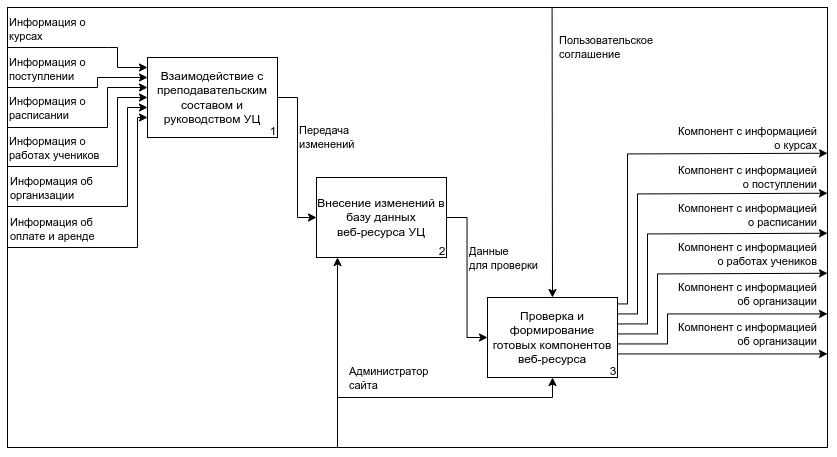
This is images/idef0-decompose-1.drawio.png from gitoqe/diploma, a draw.io export, as it was before one commit. Source tidied: cells renumbered, new cells last; positions are measured from the earlier drawing's top-left corner, leaving out a move shared by most shapes.
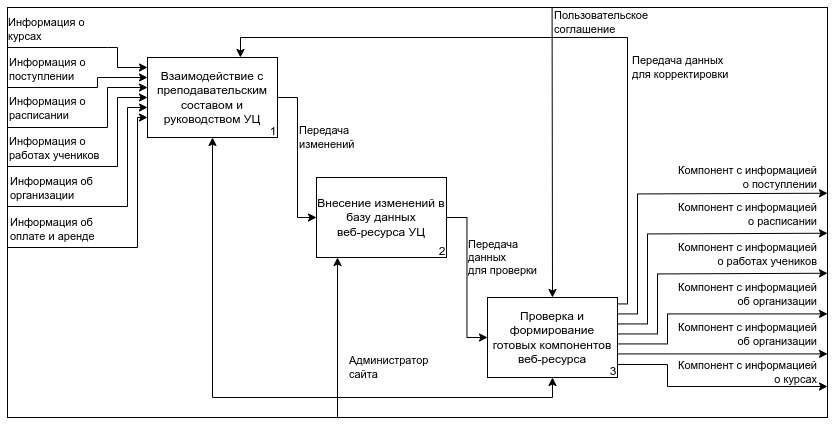
After the commit.

Commit message:
feat(chapter-3): IDEF0 + decompose-1-2

The edit, as a diff of the source:
```diff
@@ -5,12 +5,11 @@
     <mxCell id="2" style="rounded=0;whiteSpace=wrap;html=1;" parent="1" vertex="1">
-      <mxGeometry width="820" height="440" as="geometry" />
+      <mxGeometry width="820" height="410" as="geometry" />
     </mxCell>
-    <mxCell id="3" style="endArrow=classic;html=1;rounded=0;" parent="1" edge="1">
+    <mxCell id="3" style="endArrow=classic;html=1;rounded=0;align=right;" parent="1" edge="1">
       <mxGeometry relative="1" as="geometry">
-        <mxPoint y="40" as="sourcePoint" />
-        <mxPoint x="140" y="60" as="targetPoint" />
+        <mxPoint x="597" y="357" as="sourcePoint" />
+        <mxPoint x="820" y="379" as="targetPoint" />
         <Array as="points">
-          <mxPoint x="100" y="40" />
-          <mxPoint x="110" y="40" />
-          <mxPoint x="110" y="60" />
+          <mxPoint x="660" y="357" />
+          <mxPoint x="660" y="379" />
         </Array>
@@ -18,5 +17,5 @@
     </mxCell>
-    <mxCell id="4" value="Информация&amp;nbsp;о&lt;br&gt;курсах" style="edgeLabel;html=1;align=left;verticalAlign=middle;" parent="3" vertex="1">
+    <mxCell id="4" value="Компонент с информацией&lt;br&gt;о курсах" style="edgeLabel;html=1;align=right;verticalAlign=middle;" parent="3" vertex="1">
       <mxGeometry x="-0.4" y="-1" relative="1" as="geometry">
-        <mxPoint x="-48" y="-20" as="offset" />
+        <mxPoint x="151" y="-3" as="offset" />
       </mxGeometry>
@@ -25,7 +24,8 @@
       <mxGeometry relative="1" as="geometry">
-        <mxPoint y="80" as="sourcePoint" />
-        <mxPoint x="140" y="70" as="targetPoint" />
+        <mxPoint y="40" as="sourcePoint" />
+        <mxPoint x="140" y="60" as="targetPoint" />
         <Array as="points">
-          <mxPoint x="90" y="80" />
-          <mxPoint x="90" y="70" />
+          <mxPoint x="100" y="40" />
+          <mxPoint x="110" y="40" />
+          <mxPoint x="110" y="60" />
         </Array>
@@ -33,5 +33,5 @@
     </mxCell>
-    <mxCell id="6" value="Информация о&lt;br&gt;поступлении" style="edgeLabel;html=1;align=left;verticalAlign=middle;" parent="5" vertex="1">
+    <mxCell id="6" value="Информация&amp;nbsp;о&lt;br&gt;курсах" style="edgeLabel;html=1;align=left;verticalAlign=middle;" parent="5" vertex="1">
       <mxGeometry x="-0.4" y="-1" relative="1" as="geometry">
-        <mxPoint x="-45" y="-20" as="offset" />
+        <mxPoint x="-48" y="-20" as="offset" />
       </mxGeometry>
@@ -40,7 +40,7 @@
       <mxGeometry relative="1" as="geometry">
-        <mxPoint y="159" as="sourcePoint" />
-        <mxPoint x="140" y="90" as="targetPoint" />
+        <mxPoint y="80" as="sourcePoint" />
+        <mxPoint x="140" y="70" as="targetPoint" />
         <Array as="points">
-          <mxPoint x="110" y="159" />
-          <mxPoint x="110" y="90" />
+          <mxPoint x="90" y="80" />
+          <mxPoint x="90" y="70" />
         </Array>
@@ -48,5 +48,5 @@
     </mxCell>
-    <mxCell id="8" value="Информация о&lt;br&gt;работах учеников" style="edgeLabel;html=1;align=left;verticalAlign=middle;" parent="7" vertex="1">
+    <mxCell id="8" value="Информация о&lt;br&gt;поступлении" style="edgeLabel;html=1;align=left;verticalAlign=middle;" parent="7" vertex="1">
       <mxGeometry x="-0.4" y="-1" relative="1" as="geometry">
-        <mxPoint x="-62" y="-20" as="offset" />
+        <mxPoint x="-45" y="-20" as="offset" />
       </mxGeometry>
@@ -55,7 +55,7 @@
       <mxGeometry relative="1" as="geometry">
-        <mxPoint y="199" as="sourcePoint" />
-        <mxPoint x="140" y="100" as="targetPoint" />
+        <mxPoint y="159" as="sourcePoint" />
+        <mxPoint x="140" y="90" as="targetPoint" />
         <Array as="points">
-          <mxPoint x="120" y="199" />
-          <mxPoint x="120" y="100" />
+          <mxPoint x="110" y="159" />
+          <mxPoint x="110" y="90" />
         </Array>
@@ -63,5 +63,5 @@
     </mxCell>
-    <mxCell id="10" value="Информация об&lt;br&gt;организации" style="edgeLabel;html=1;align=left;verticalAlign=middle;" parent="9" vertex="1">
+    <mxCell id="10" value="Информация о&lt;br&gt;работах учеников" style="edgeLabel;html=1;align=left;verticalAlign=middle;" parent="9" vertex="1">
       <mxGeometry x="-0.4" y="-1" relative="1" as="geometry">
-        <mxPoint x="-71" y="-20" as="offset" />
+        <mxPoint x="-62" y="-20" as="offset" />
       </mxGeometry>
@@ -70,7 +70,7 @@
       <mxGeometry relative="1" as="geometry">
-        <mxPoint y="240" as="sourcePoint" />
-        <mxPoint x="140" y="110" as="targetPoint" />
+        <mxPoint y="199" as="sourcePoint" />
+        <mxPoint x="140" y="100" as="targetPoint" />
         <Array as="points">
-          <mxPoint x="130" y="240" />
-          <mxPoint x="130" y="110" />
+          <mxPoint x="120" y="199" />
+          <mxPoint x="120" y="100" />
         </Array>
@@ -78,57 +78,59 @@
     </mxCell>
-    <mxCell id="12" value="Информация об&lt;br&gt;оплате и аренде" style="edgeLabel;html=1;align=left;verticalAlign=middle;" parent="11" vertex="1">
+    <mxCell id="12" value="Информация об&lt;br&gt;организации" style="edgeLabel;html=1;align=left;verticalAlign=middle;" parent="11" vertex="1">
       <mxGeometry x="-0.4" y="-1" relative="1" as="geometry">
-        <mxPoint x="-80" y="-20" as="offset" />
+        <mxPoint x="-71" y="-20" as="offset" />
       </mxGeometry>
     </mxCell>
-    <mxCell id="13" style="group;fontStyle=4;" parent="1" vertex="1">
-      <mxGeometry x="140" y="50" width="130" height="80" as="geometry" />
+    <mxCell id="13" style="endArrow=classic;html=1;rounded=0;" parent="1" edge="1">
+      <mxGeometry relative="1" as="geometry">
+        <mxPoint y="240" as="sourcePoint" />
+        <mxPoint x="140" y="110" as="targetPoint" />
+        <Array as="points">
+          <mxPoint x="130" y="240" />
+          <mxPoint x="130" y="110" />
+        </Array>
+      </mxGeometry>
     </mxCell>
-    <mxCell id="14" style="group;" parent="13" vertex="1">
-      <mxGeometry width="130" height="80" as="geometry" />
+    <mxCell id="14" value="Информация об&lt;br&gt;оплате и аренде" style="edgeLabel;html=1;align=left;verticalAlign=middle;" parent="13" vertex="1">
+      <mxGeometry x="-0.4" y="-1" relative="1" as="geometry">
+        <mxPoint x="-80" y="-20" as="offset" />
+      </mxGeometry>
     </mxCell>
-    <mxCell id="15" value="Взаимодействие с преподавательским составом и руководством УЦ" style="rounded=0;whiteSpace=wrap;html=1;" parent="14" vertex="1">
-      <mxGeometry width="130" height="80" as="geometry" />
+    <mxCell id="15" style="group;fontStyle=4;" parent="1" vertex="1">
+      <mxGeometry x="140" y="50" width="130" height="80" as="geometry" />
     </mxCell>
-    <mxCell id="16" value="1" style="text;html=1;strokeColor=none;fillColor=none;align=center;verticalAlign=middle;whiteSpace=wrap;rounded=0;" parent="14" vertex="1">
-      <mxGeometry x="121.9" y="68.9" width="8.1" height="10" as="geometry" />
+    <mxCell id="16" style="group;" parent="15" vertex="1">
+      <mxGeometry width="130" height="80" as="geometry" />
     </mxCell>
-    <mxCell id="17" style="group;" parent="1" vertex="1">
-      <mxGeometry x="309" y="170" width="130" height="80" as="geometry" />
+    <mxCell id="17" value="Взаимодействие с преподавательским составом и руководством УЦ" style="rounded=0;whiteSpace=wrap;html=1;" parent="16" vertex="1">
+      <mxGeometry width="130" height="80" as="geometry" />
     </mxCell>
-    <mxCell id="18" value="Внесение изменений в базу данных&lt;br&gt;веб-ресурса УЦ" style="rounded=0;whiteSpace=wrap;html=1;" parent="17" vertex="1">
-      <mxGeometry width="130" height="80" as="geometry" />
+    <mxCell id="18" value="1" style="text;html=1;strokeColor=none;fillColor=none;align=center;verticalAlign=middle;whiteSpace=wrap;rounded=0;" parent="16" vertex="1">
+      <mxGeometry x="121.9" y="68.9" width="8.1" height="10" as="geometry" />
     </mxCell>
-    <mxCell id="19" value="2" style="text;html=1;strokeColor=none;fillColor=none;align=center;verticalAlign=middle;whiteSpace=wrap;rounded=0;" parent="17" vertex="1">
-      <mxGeometry x="121.9" y="68.9" width="8.1" height="10" as="geometry" />
+    <mxCell id="19" style="group;" parent="1" vertex="1">
+      <mxGeometry x="309" y="170" width="130" height="80" as="geometry" />
     </mxCell>
-    <mxCell id="20" style="group;" parent="1" vertex="1">
-      <mxGeometry x="480" y="290" width="130" height="80" as="geometry" />
+    <mxCell id="20" value="Внесение изменений в базу данных&lt;br&gt;веб-ресурса УЦ" style="rounded=0;whiteSpace=wrap;html=1;" parent="19" vertex="1">
+      <mxGeometry width="130" height="80" as="geometry" />
     </mxCell>
-    <mxCell id="21" value="Проверка и формирование готовых компонентов веб-ресурса" style="rounded=0;whiteSpace=wrap;html=1;" parent="20" vertex="1">
-      <mxGeometry width="130" height="80" as="geometry" />
+    <mxCell id="21" value="2" style="text;html=1;strokeColor=none;fillColor=none;align=center;verticalAlign=middle;whiteSpace=wrap;rounded=0;" parent="19" vertex="1">
+      <mxGeometry x="121.9" y="68.9" width="8.1" height="10" as="geometry" />
     </mxCell>
-    <mxCell id="22" value="3" style="text;html=1;strokeColor=none;fillColor=none;align=center;verticalAlign=middle;whiteSpace=wrap;rounded=0;" parent="20" vertex="1">
-      <mxGeometry x="121.9" y="68.9" width="8.1" height="10" as="geometry" />
+    <mxCell id="22" style="group;" parent="1" vertex="1">
+      <mxGeometry x="480" y="290" width="130" height="80" as="geometry" />
     </mxCell>
-    <mxCell id="23" style="endArrow=classic;html=1;rounded=0;" parent="1" edge="1">
-      <mxGeometry relative="1" as="geometry">
-        <mxPoint y="120" as="sourcePoint" />
-        <mxPoint x="140" y="80" as="targetPoint" />
-        <Array as="points">
-          <mxPoint x="100" y="120" />
-          <mxPoint x="100" y="80" />
-        </Array>
-      </mxGeometry>
+    <mxCell id="23" value="Проверка и формирование готовых компонентов веб-ресурса" style="rounded=0;whiteSpace=wrap;html=1;" parent="22" vertex="1">
+      <mxGeometry width="130" height="80" as="geometry" />
     </mxCell>
-    <mxCell id="24" value="Информация о&lt;br&gt;расписании" style="edgeLabel;html=1;align=left;verticalAlign=middle;" parent="23" vertex="1">
-      <mxGeometry x="-0.4" y="-1" relative="1" as="geometry">
-        <mxPoint x="-54" y="-21" as="offset" />
-      </mxGeometry>
+    <mxCell id="24" value="3" style="text;html=1;strokeColor=none;fillColor=none;align=center;verticalAlign=middle;whiteSpace=wrap;rounded=0;" parent="22" vertex="1">
+      <mxGeometry x="121.9" y="68.9" width="8.1" height="10" as="geometry" />
     </mxCell>
-    <mxCell id="25" style="edgeStyle=orthogonalEdgeStyle;rounded=0;jettySize=auto;html=1;entryX=0;entryY=0.5;entryDx=0;entryDy=0;" parent="1" edge="1" source="15" target="18">
+    <mxCell id="25" style="endArrow=classic;html=1;rounded=0;" parent="1" edge="1">
       <mxGeometry relative="1" as="geometry">
+        <mxPoint y="120" as="sourcePoint" />
+        <mxPoint x="140" y="80" as="targetPoint" />
         <Array as="points">
-          <mxPoint x="290" y="90" />
-          <mxPoint x="290" y="210" />
+          <mxPoint x="100" y="120" />
+          <mxPoint x="100" y="80" />
         </Array>
@@ -136,37 +138,35 @@
     </mxCell>
-    <mxCell id="26" value="Передача&lt;br&gt;изменений" style="edgeLabel;html=1;align=left;verticalAlign=middle;" parent="25" vertex="1">
-      <mxGeometry x="-0.35" y="3" relative="1" as="geometry">
-        <mxPoint x="-3" y="8" as="offset" />
+    <mxCell id="26" value="Информация о&lt;br&gt;расписании" style="edgeLabel;html=1;align=left;verticalAlign=middle;" parent="25" vertex="1">
+      <mxGeometry x="-0.4" y="-1" relative="1" as="geometry">
+        <mxPoint x="-54" y="-21" as="offset" />
       </mxGeometry>
     </mxCell>
-    <mxCell id="27" style="edgeStyle=orthogonalEdgeStyle;rounded=0;jettySize=auto;html=1;entryX=0;entryY=0.5;entryDx=0;entryDy=0;" parent="1" edge="1" source="18" target="21">
-      <mxGeometry relative="1" as="geometry" />
+    <mxCell id="27" style="edgeStyle=orthogonalEdgeStyle;rounded=0;jettySize=auto;html=1;entryX=0;entryY=0.5;entryDx=0;entryDy=0;" parent="1" edge="1" source="17" target="20">
+      <mxGeometry relative="1" as="geometry">
+        <Array as="points">
+          <mxPoint x="290" y="90" />
+          <mxPoint x="290" y="210" />
+        </Array>
+      </mxGeometry>
     </mxCell>
-    <mxCell id="28" value="Данные&lt;br&gt;для проверки" style="edgeLabel;html=1;align=left;verticalAlign=middle;" parent="27" vertex="1">
-      <mxGeometry x="-0.45" y="2" relative="1" as="geometry">
-        <mxPoint x="-2" y="16" as="offset" />
+    <mxCell id="28" value="Передача&lt;br&gt;изменений" style="edgeLabel;html=1;align=left;verticalAlign=middle;" parent="27" vertex="1">
+      <mxGeometry x="-0.35" y="3" relative="1" as="geometry">
+        <mxPoint x="-3" y="8" as="offset" />
       </mxGeometry>
     </mxCell>
-    <mxCell id="29" style="endArrow=classic;html=1;rounded=0;align=right;" parent="1" edge="1">
-      <mxGeometry relative="1" as="geometry">
-        <mxPoint x="610" y="296.4" as="sourcePoint" />
-        <mxPoint x="820" y="145.7" as="targetPoint" />
-        <Array as="points">
-          <mxPoint x="620" y="296.4" />
-          <mxPoint x="620" y="146.4" />
-        </Array>
-      </mxGeometry>
+    <mxCell id="29" style="edgeStyle=orthogonalEdgeStyle;rounded=0;jettySize=auto;html=1;entryX=0;entryY=0.5;entryDx=0;entryDy=0;" parent="1" edge="1" source="20" target="23">
+      <mxGeometry relative="1" as="geometry" />
     </mxCell>
-    <mxCell id="30" value="Компонент с информацией&lt;br&gt;о курсах" style="edgeLabel;html=1;align=right;verticalAlign=middle;" parent="29" vertex="1">
-      <mxGeometry x="-0.4" y="-1" relative="1" as="geometry">
-        <mxPoint x="189" y="-69" as="offset" />
+    <mxCell id="30" value="Передача&lt;br&gt;данных&lt;br&gt;для проверки" style="edgeLabel;html=1;align=left;verticalAlign=middle;" parent="29" vertex="1">
+      <mxGeometry x="-0.45" y="2" relative="1" as="geometry">
+        <mxPoint x="-2" y="16" as="offset" />
       </mxGeometry>
     </mxCell>
-    <mxCell id="31" style="endArrow=classic;html=1;rounded=0;align=right;" parent="1" edge="1">
+    <mxCell id="31" style="endArrow=classic;html=1;rounded=0;align=right;entryX=0.715;entryY=0;entryDx=0;entryDy=0;entryPerimeter=0;" parent="1" edge="1" target="17">
       <mxGeometry relative="1" as="geometry">
-        <mxPoint x="610" y="306.4" as="sourcePoint" />
-        <mxPoint x="820" y="185.7" as="targetPoint" />
+        <mxPoint x="610" y="296.4" as="sourcePoint" />
         <Array as="points">
-          <mxPoint x="630" y="306.4" />
-          <mxPoint x="630" y="186.4" />
+          <mxPoint x="620" y="296.4" />
+          <mxPoint x="620" y="30" />
+          <mxPoint x="233" y="30" />
         </Array>
@@ -174,5 +174,5 @@
     </mxCell>
-    <mxCell id="32" value="Компонент с информацией&lt;br&gt;о поступлении" style="edgeLabel;html=1;align=right;verticalAlign=middle;" parent="31" vertex="1">
+    <mxCell id="32" value="Передача данных&lt;br&gt;для корректировки" style="edgeLabel;html=1;align=left;verticalAlign=middle;" parent="31" vertex="1">
       <mxGeometry x="-0.4" y="-1" relative="1" as="geometry">
-        <mxPoint x="179" y="-58" as="offset" />
+        <mxPoint x="2" y="-43" as="offset" />
       </mxGeometry>
@@ -181,7 +181,7 @@
       <mxGeometry relative="1" as="geometry">
-        <mxPoint x="610" y="316.4" as="sourcePoint" />
-        <mxPoint x="820" y="225.7" as="targetPoint" />
+        <mxPoint x="610" y="306.4" as="sourcePoint" />
+        <mxPoint x="820" y="185.7" as="targetPoint" />
         <Array as="points">
-          <mxPoint x="640" y="316.4" />
-          <mxPoint x="640" y="226.4" />
+          <mxPoint x="630" y="306.4" />
+          <mxPoint x="630" y="186.4" />
         </Array>
@@ -189,5 +189,5 @@
     </mxCell>
-    <mxCell id="34" value="Компонент с информацией&lt;br&gt;о расписании" style="edgeLabel;html=1;align=right;verticalAlign=middle;" parent="33" vertex="1">
+    <mxCell id="34" value="Компонент с информацией&lt;br&gt;о поступлении" style="edgeLabel;html=1;align=right;verticalAlign=middle;" parent="33" vertex="1">
       <mxGeometry x="-0.4" y="-1" relative="1" as="geometry">
-        <mxPoint x="169" y="-50" as="offset" />
+        <mxPoint x="179" y="-58" as="offset" />
       </mxGeometry>
@@ -196,7 +196,7 @@
       <mxGeometry relative="1" as="geometry">
-        <mxPoint x="610" y="326.4" as="sourcePoint" />
-        <mxPoint x="820" y="265.7" as="targetPoint" />
+        <mxPoint x="610" y="316.4" as="sourcePoint" />
+        <mxPoint x="820" y="225.7" as="targetPoint" />
         <Array as="points">
-          <mxPoint x="650" y="326.4" />
-          <mxPoint x="650" y="266.4" />
+          <mxPoint x="640" y="316.4" />
+          <mxPoint x="640" y="226.4" />
         </Array>
@@ -204,5 +204,5 @@
     </mxCell>
-    <mxCell id="36" value="Компонент с информацией&lt;br&gt;о работах учеников" style="edgeLabel;html=1;align=right;verticalAlign=middle;" parent="35" vertex="1">
+    <mxCell id="36" value="Компонент с информацией&lt;br&gt;о расписании" style="edgeLabel;html=1;align=right;verticalAlign=middle;" parent="35" vertex="1">
       <mxGeometry x="-0.4" y="-1" relative="1" as="geometry">
-        <mxPoint x="159" y="-39" as="offset" />
+        <mxPoint x="169" y="-50" as="offset" />
       </mxGeometry>
@@ -211,7 +211,7 @@
       <mxGeometry relative="1" as="geometry">
-        <mxPoint x="610" y="336.4" as="sourcePoint" />
-        <mxPoint x="820" y="306.4" as="targetPoint" />
+        <mxPoint x="610" y="326.4" as="sourcePoint" />
+        <mxPoint x="820" y="265.7" as="targetPoint" />
         <Array as="points">
-          <mxPoint x="660" y="336.4" />
-          <mxPoint x="660" y="306.4" />
+          <mxPoint x="650" y="326.4" />
+          <mxPoint x="650" y="266.4" />
         </Array>
@@ -219,5 +219,5 @@
     </mxCell>
-    <mxCell id="38" value="Компонент с информацией&lt;br&gt;об организации" style="edgeLabel;html=1;align=right;verticalAlign=middle;" parent="37" vertex="1">
+    <mxCell id="38" value="Компонент с информацией&lt;br&gt;о работах учеников" style="edgeLabel;html=1;align=right;verticalAlign=middle;" parent="37" vertex="1">
       <mxGeometry x="-0.4" y="-1" relative="1" as="geometry">
-        <mxPoint x="149" y="-28" as="offset" />
+        <mxPoint x="159" y="-39" as="offset" />
       </mxGeometry>
@@ -226,4 +226,8 @@
       <mxGeometry relative="1" as="geometry">
-        <mxPoint x="610" y="346.4" as="sourcePoint" />
-        <mxPoint x="820" y="346.4" as="targetPoint" />
+        <mxPoint x="610" y="336.4" as="sourcePoint" />
+        <mxPoint x="820" y="306.4" as="targetPoint" />
+        <Array as="points">
+          <mxPoint x="660" y="336.4" />
+          <mxPoint x="660" y="306.4" />
+        </Array>
       </mxGeometry>
@@ -232,34 +236,53 @@
       <mxGeometry x="-0.4" y="-1" relative="1" as="geometry">
-        <mxPoint x="137" y="-21" as="offset" />
+        <mxPoint x="149" y="-28" as="offset" />
       </mxGeometry>
     </mxCell>
-    <mxCell id="41" style="endArrow=classic;html=1;rounded=0;entryX=0.5;entryY=0;entryDx=0;entryDy=0;" parent="1" edge="1" target="21">
+    <mxCell id="41" style="endArrow=classic;html=1;rounded=0;align=right;" parent="1" edge="1">
       <mxGeometry relative="1" as="geometry">
-        <mxPoint x="544.6" as="sourcePoint" />
+        <mxPoint x="610" y="346.4" as="sourcePoint" />
+        <mxPoint x="820" y="346.4" as="targetPoint" />
       </mxGeometry>
     </mxCell>
-    <mxCell id="42" value="Пользовательское&lt;br&gt;соглашение" style="edgeLabel;html=1;align=left;verticalAlign=middle;" parent="41" vertex="1">
-      <mxGeometry x="0.32" y="1" relative="1" as="geometry">
-        <mxPoint x="4" y="-152" as="offset" />
+    <mxCell id="42" value="Компонент с информацией&lt;br&gt;об организации" style="edgeLabel;html=1;align=right;verticalAlign=middle;" parent="41" vertex="1">
+      <mxGeometry x="-0.4" y="-1" relative="1" as="geometry">
+        <mxPoint x="137" y="-21" as="offset" />
       </mxGeometry>
     </mxCell>
-    <mxCell id="43" style="endArrow=classic;html=1;rounded=0;" parent="1" edge="1">
+    <mxCell id="43" style="endArrow=classic;html=1;rounded=0;entryX=0.5;entryY=0;entryDx=0;entryDy=0;" parent="1" edge="1" target="23">
       <mxGeometry relative="1" as="geometry">
-        <mxPoint x="330" y="440" as="sourcePoint" />
-        <mxPoint x="330" y="250" as="targetPoint" />
+        <mxPoint x="544.6" as="sourcePoint" />
       </mxGeometry>
     </mxCell>
-    <mxCell id="44" value="Администратор&lt;br&gt;сайта" style="edgeLabel;html=1;align=left;verticalAlign=middle;" parent="43" vertex="1">
+    <mxCell id="44" value="Пользовательское&lt;br&gt;соглашение" style="edgeLabel;html=1;align=left;verticalAlign=middle;" parent="43" vertex="1">
       <mxGeometry x="0.32" y="1" relative="1" as="geometry">
-        <mxPoint x="11" y="56" as="offset" />
+        <mxPoint x="-1" y="-178" as="offset" />
       </mxGeometry>
     </mxCell>
-    <mxCell id="45" style="endArrow=classic;html=1;rounded=0;entryX=0.5;entryY=1;entryDx=0;entryDy=0;" parent="1" edge="1" target="21">
+    <mxCell id="45" style="endArrow=classic;html=1;rounded=0;" parent="1" edge="1">
       <mxGeometry relative="1" as="geometry">
-        <mxPoint x="330" y="390" as="sourcePoint" />
-        <Array as="points">
-          <mxPoint x="545" y="390" />
-        </Array>
+        <mxPoint x="330" y="410" as="sourcePoint" />
+        <mxPoint x="330" y="250" as="targetPoint" />
       </mxGeometry>
     </mxCell>
+    <mxCell id="46" value="Администратор&lt;br&gt;сайта" style="edgeLabel;html=1;align=left;verticalAlign=middle;" parent="45" vertex="1">
+      <mxGeometry x="0.32" y="1" relative="1" as="geometry">
+        <mxPoint x="11" y="56" as="offset" />
+      </mxGeometry>
+    </mxCell>
+    <mxCell id="47" style="endArrow=classic;html=1;rounded=0;entryX=0.5;entryY=1;entryDx=0;entryDy=0;" parent="1" edge="1" target="23">
+      <mxGeometry relative="1" as="geometry">
+        <mxPoint x="330" y="390" as="sourcePoint" />
+        <Array as="points">
+          <mxPoint x="545" y="390" />
+        </Array>
+      </mxGeometry>
+    </mxCell>
+    <mxCell id="48" style="endArrow=classic;html=1;rounded=0;entryX=0.5;entryY=1;entryDx=0;entryDy=0;" parent="1" edge="1" target="17">
+      <mxGeometry relative="1" as="geometry">
+        <mxPoint x="333" y="390" as="sourcePoint" />
+        <Array as="points">
+          <mxPoint x="205" y="390" />
+        </Array>
+      </mxGeometry>
+    </mxCell>
   </root>
```
